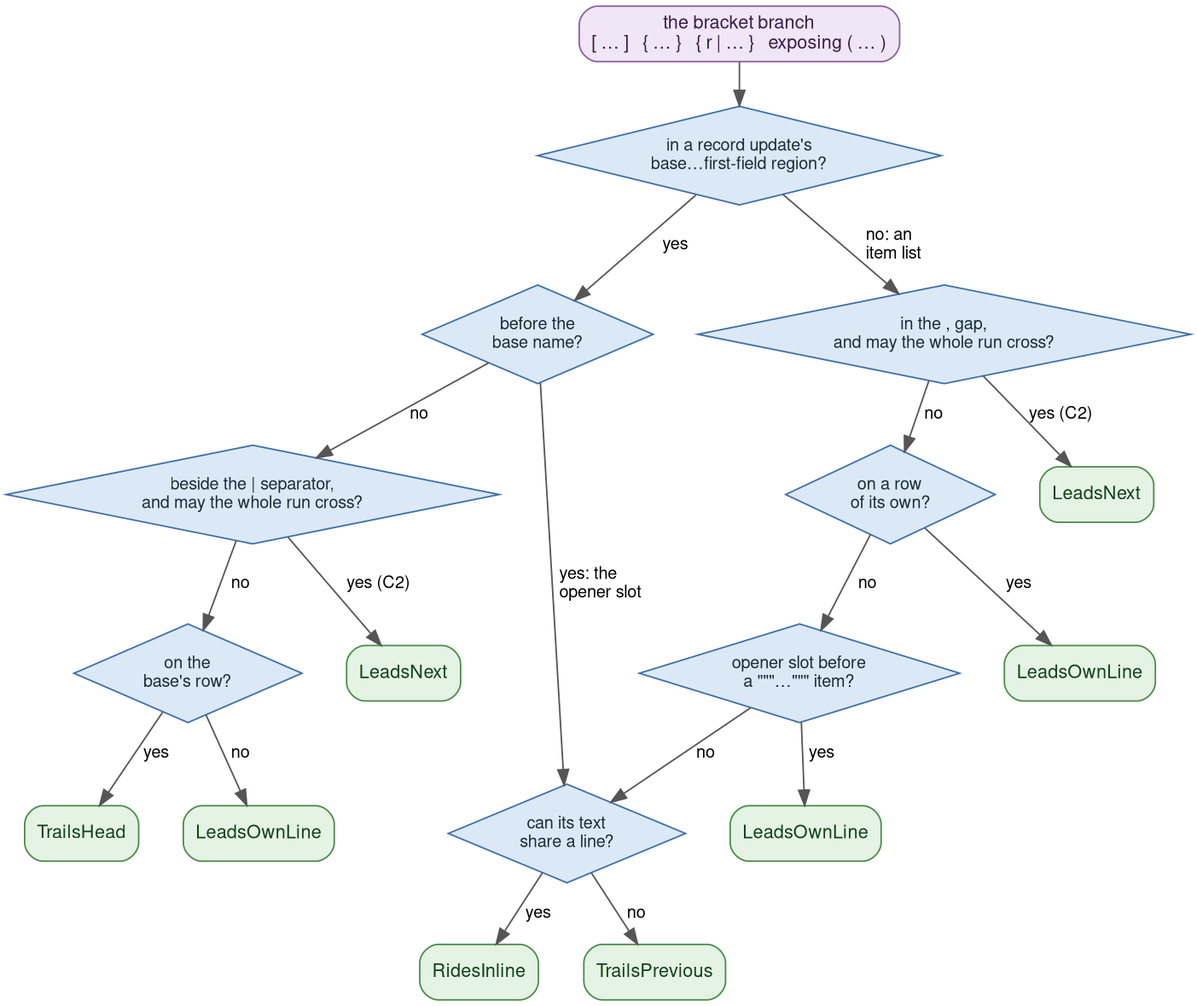
gilramir/gren-format-lib keeps this Graphviz diagram as docs/diagrams/comment-classify-bracket.png. Above is the earlier version. Its source is kept beside it as docs/diagrams/comment-classify-bracket.dot.
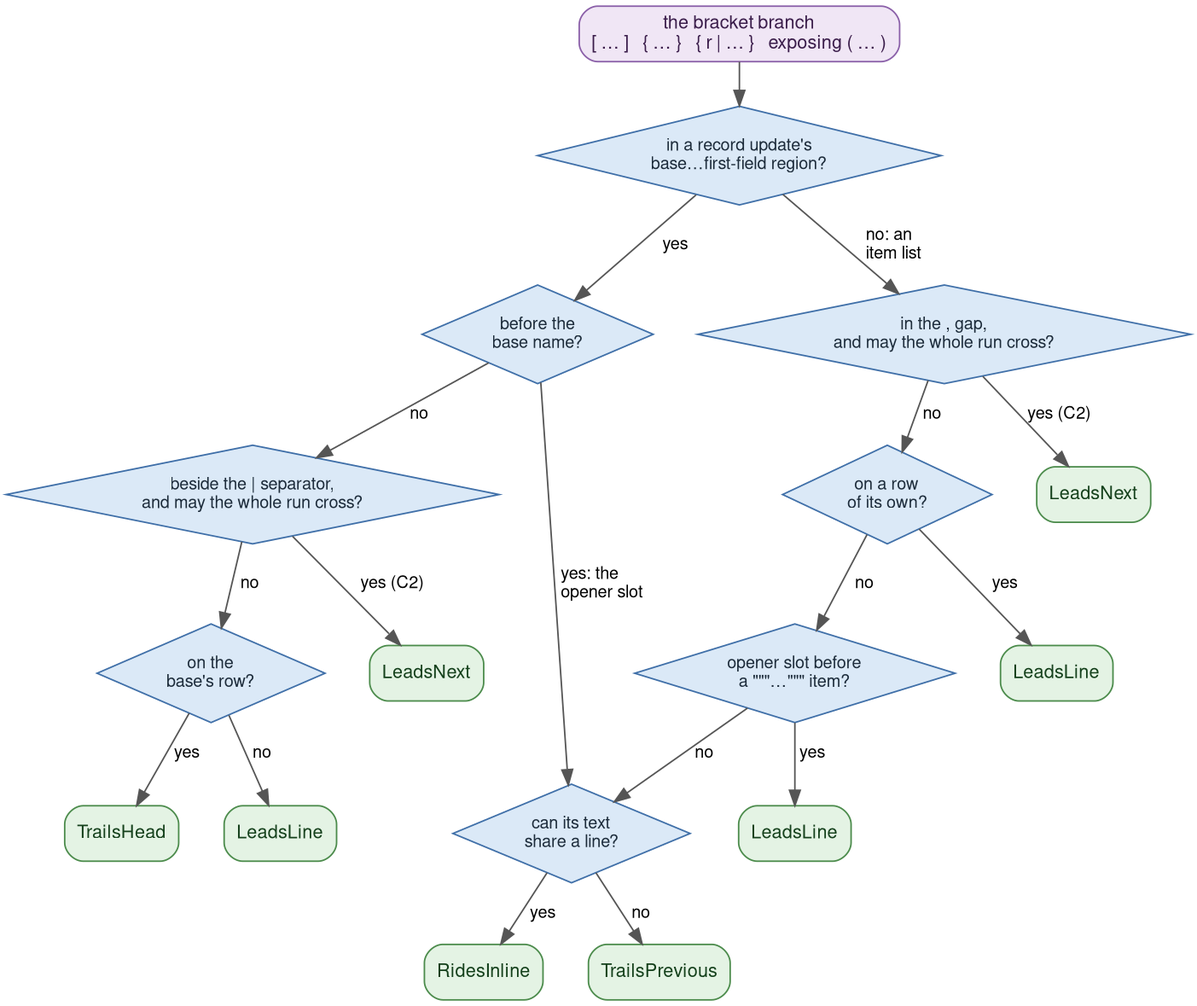
After the commit.

What changed in the source:
```diff
@@ -28,10 +28,10 @@
     node [shape=box, style="rounded,filled", fillcolor="#e4f3e4", color="#4b8b4b", fontcolor="#14401b", fontsize=12];
     r1 [label="LeadsNext"];
     r2 [label="TrailsHead"];
-    r3 [label="LeadsOwnLine"];
+    r3 [label="LeadsLine"];
     r4 [label="LeadsNext"];
-    r5 [label="LeadsOwnLine"];
-    r6 [label="LeadsOwnLine"];
+    r5 [label="LeadsLine"];
+    r6 [label="LeadsLine"];
     r7 [label="RidesInline"];
     r8 [label="TrailsPrevious"];
 
```
